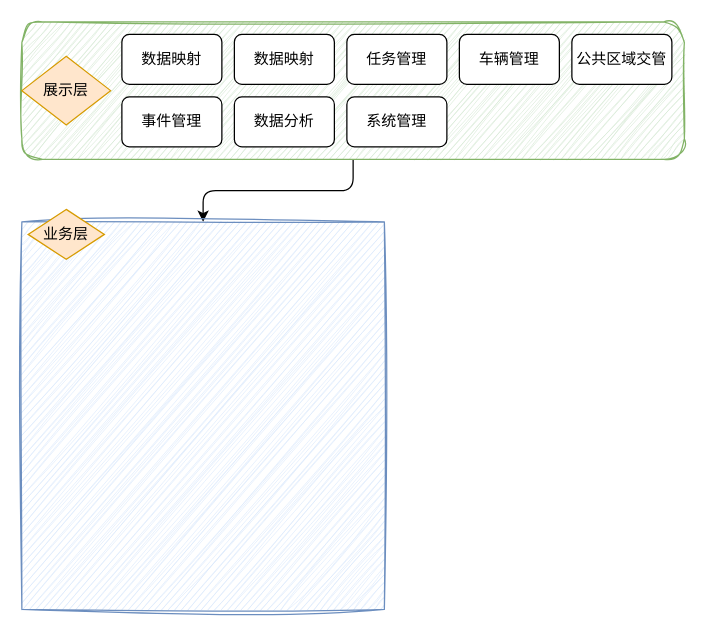
This is diagrams/未命名绘图.drawio from simon-sua/diagram_charts, a draw.io file, before an edit. Source tidied: cells renumbered, new cells numbered last; positions are measured from the earlier drawing's top-left corner, leaving out a move shared by most shapes. Both pictures are drawn from the tidied source at 125%, with x=0, y=0 at pixel (21, 21).
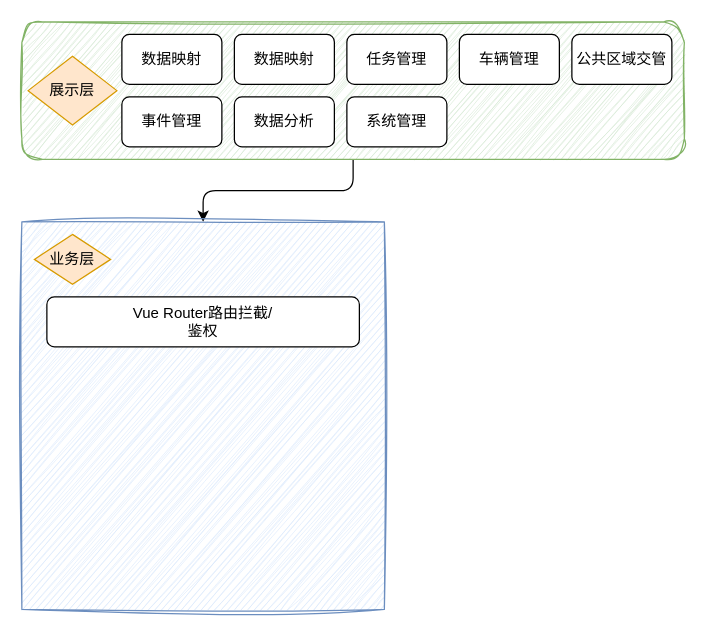
The same diagram, later.

Commit message (it also covers changes not shown here):
更新未命名绘图.drawio

Change to the diagram source:
```diff
@@
 <mxGraphModel>
   <root>
     <mxCell id="0" />
     <mxCell id="1" parent="0" />
     <mxCell id="2" style="edgeStyle=orthogonalEdgeStyle;rounded=1;jettySize=auto;html=1;" parent="1" edge="1" source="3" target="9">
       <mxGeometry relative="1" as="geometry" />
     </mxCell>
     <mxCell id="3" style="rounded=1;whiteSpace=wrap;html=1;fillColor=#d5e8d4;strokeColor=#82b366;shadow=0;glass=0;sketch=1;curveFitting=1;jiggle=2;" parent="1" vertex="1">
       <mxGeometry width="530" height="110" as="geometry" />
     </mxCell>
     <mxCell id="4" value="数据映射" style="rounded=1;whiteSpace=wrap;html=1;" parent="1" vertex="1">
       <mxGeometry x="80" y="10" width="80" height="40" as="geometry" />
     </mxCell>
     <mxCell id="5" value="数据映射" style="rounded=1;whiteSpace=wrap;html=1;" parent="1" vertex="1">
       <mxGeometry x="170" y="10" width="80" height="40" as="geometry" />
     </mxCell>
     <mxCell id="6" value="任务管理" style="rounded=1;whiteSpace=wrap;html=1;" parent="1" vertex="1">
       <mxGeometry x="260" y="10" width="80" height="40" as="geometry" />
     </mxCell>
     <mxCell id="7" value="车辆管理" style="rounded=1;whiteSpace=wrap;html=1;" parent="1" vertex="1">
       <mxGeometry x="350" y="10" width="80" height="40" as="geometry" />
     </mxCell>
     <mxCell id="8" value="公共区域交管" style="rounded=1;whiteSpace=wrap;html=1;" parent="1" vertex="1">
       <mxGeometry x="440" y="10" width="80" height="40" as="geometry" />
     </mxCell>
     <mxCell id="9" style="rounded=0;whiteSpace=wrap;html=1;fillColor=#dae8fc;strokeColor=#6c8ebf;sketch=1;curveFitting=1;jiggle=2;" parent="1" vertex="1">
       <mxGeometry y="160" width="290" height="310" as="geometry" />
     </mxCell>
     <mxCell id="10" value="展示层" style="rhombus;whiteSpace=wrap;html=1;fillColor=#ffe6cc;strokeColor=#d79b00;" parent="1" vertex="1">
-      <mxGeometry y="27.5" width="71" height="55" as="geometry" />
+      <mxGeometry x="5" y="27.5" width="71" height="55" as="geometry" />
     </mxCell>
     <mxCell id="11" value="事件管理" style="rounded=1;whiteSpace=wrap;html=1;" parent="1" vertex="1">
       <mxGeometry x="80" y="60" width="80" height="40" as="geometry" />
     </mxCell>
     <mxCell id="12" value="数据分析" style="rounded=1;whiteSpace=wrap;html=1;" parent="1" vertex="1">
       <mxGeometry x="170" y="60" width="80" height="40" as="geometry" />
     </mxCell>
     <mxCell id="13" value="系统管理" style="rounded=1;whiteSpace=wrap;html=1;" parent="1" vertex="1">
       <mxGeometry x="260" y="60" width="80" height="40" as="geometry" />
     </mxCell>
     <mxCell id="14" value="业务层" style="rhombus;whiteSpace=wrap;html=1;fillColor=#ffe6cc;strokeColor=#d79b00;" parent="1" vertex="1">
-      <mxGeometry x="5" y="150" width="61" height="40" as="geometry" />
+      <mxGeometry x="10" y="170" width="61" height="40" as="geometry" />
     </mxCell>
+    <mxCell id="15" value="Vue Router路由拦截/&lt;br&gt;鉴权" style="rounded=1;whiteSpace=wrap;html=1;" parent="1" vertex="1">
+      <mxGeometry x="20" y="220" width="250" height="40" as="geometry" />
+    </mxCell>
   </root>
 </mxGraphModel>
```
